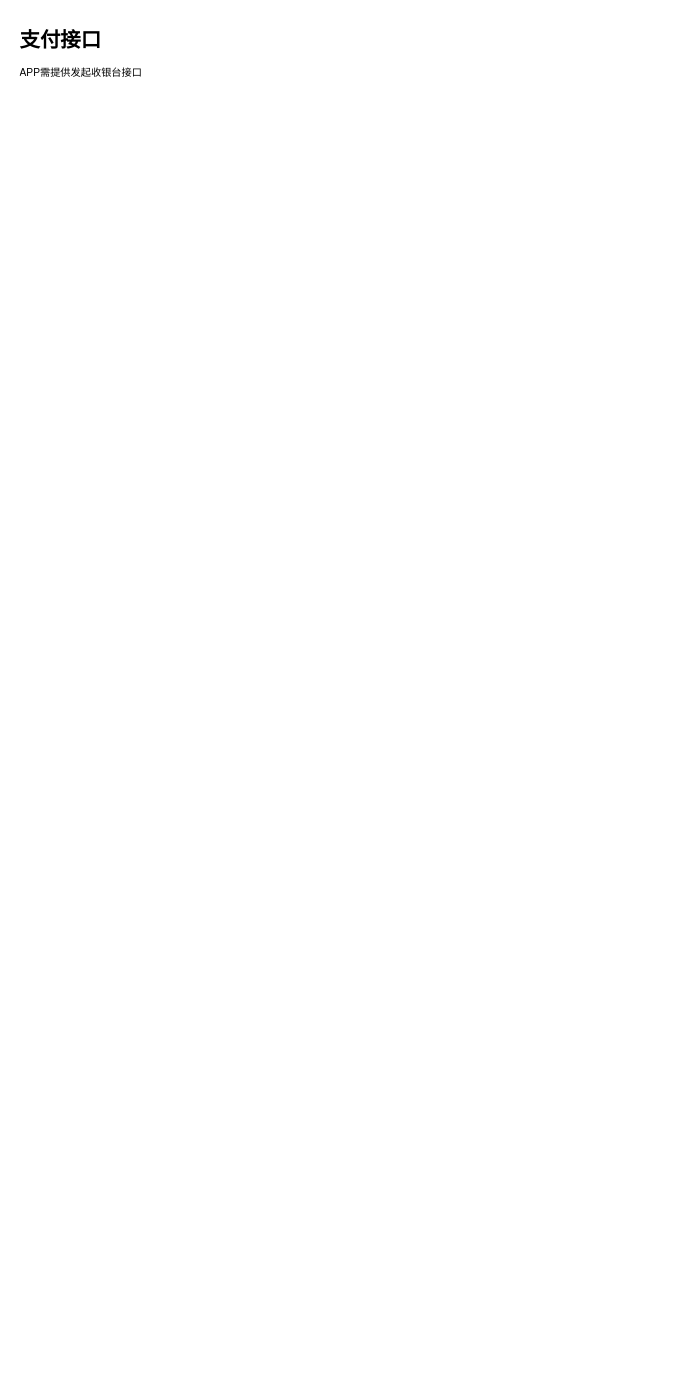
Above: 北京三棱科技-支付对接.drawio in lycwukang/diagrams (draw.io), before the change. Source tidied: cells renumbered, new cells numbered last; positions are measured from the earlier drawing's top-left corner, leaving out a move shared by most shapes. Both pictures are drawn from the tidied source at 85%, with x=0, y=0 at pixel (15, 23).
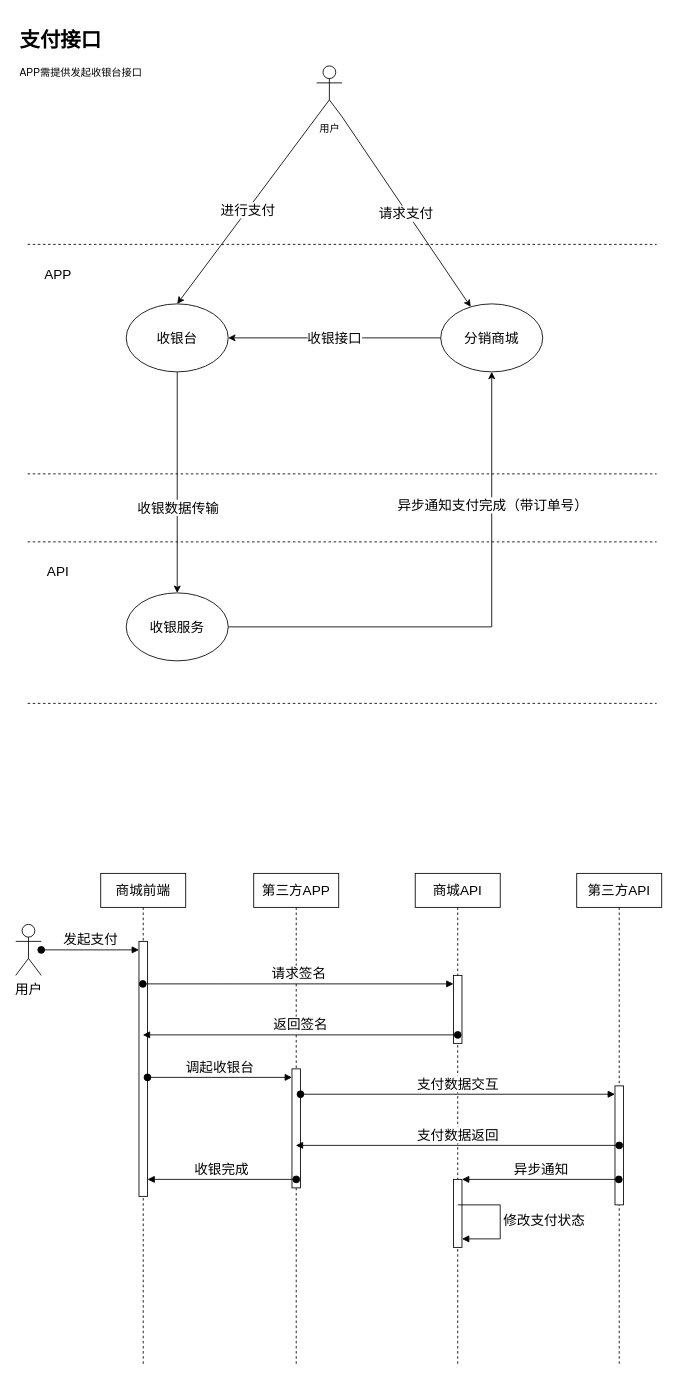
Above is the later version.

Commit message:
更新北京三棱科技-支付对接.drawio

Diff of the diagram source:
```diff
@@
+    <mxCell id="3" style="rounded=0;jettySize=auto;html=1;exitX=1;exitY=1;exitDx=0;exitDy=0;exitPerimeter=0;fontSize=16;" parent="1" edge="1" source="7" target="11">
+      <mxGeometry relative="1" as="geometry" />
+    </mxCell>
+    <mxCell id="4" value="请求支付" style="edgeLabel;html=1;align=center;verticalAlign=middle;fontSize=16;" parent="3" vertex="1">
+      <mxGeometry x="0.01" y="-2" relative="1" as="geometry" />
+    </mxCell>
+    <mxCell id="5" style="edgeStyle=none;rounded=0;jettySize=auto;html=1;exitX=0;exitY=1;exitDx=0;exitDy=0;exitPerimeter=0;entryX=0.5;entryY=0;entryDx=0;entryDy=0;fontSize=16;" parent="1" edge="1" source="7" target="15">
+      <mxGeometry relative="1" as="geometry" />
+    </mxCell>
+    <mxCell id="6" value="进行支付" style="edgeLabel;html=1;align=center;verticalAlign=middle;fontSize=16;" parent="5" vertex="1">
+      <mxGeometry x="-0.01" relative="1" as="geometry" />
+    </mxCell>
+    <mxCell id="7" value="用户" style="shape=umlActor;verticalLabelPosition=bottom;verticalAlign=top;html=1;outlineConnect=0;" parent="1" vertex="1">
+      <mxGeometry x="354" y="50" width="30" height="60" as="geometry" />
+    </mxCell>
+    <mxCell id="8" style="endArrow=none;dashed=1;html=1;" parent="1" edge="1">
+      <mxGeometry relative="1" as="geometry">
+        <mxPoint x="14" y="260" as="sourcePoint" />
+        <mxPoint x="754" y="260" as="targetPoint" />
+      </mxGeometry>
+    </mxCell>
+    <mxCell id="9" value="APP" style="text;html=1;strokeColor=none;fillColor=none;align=center;verticalAlign=middle;whiteSpace=wrap;rounded=0;fontSize=16;" parent="1" vertex="1">
+      <mxGeometry x="20" y="280" width="60" height="30" as="geometry" />
+    </mxCell>
+    <mxCell id="10" value="收银接口" style="edgeStyle=none;rounded=0;jettySize=auto;html=1;exitX=0;exitY=0.5;exitDx=0;exitDy=0;fontSize=16;" parent="1" edge="1" source="11" target="15">
+      <mxGeometry relative="1" as="geometry" />
+    </mxCell>
+    <mxCell id="11" value="分销商城" style="ellipse;whiteSpace=wrap;html=1;fontSize=16;" parent="1" vertex="1">
+      <mxGeometry x="500" y="330" width="120" height="80" as="geometry" />
+    </mxCell>
+    <mxCell id="12" style="endArrow=none;dashed=1;html=1;" parent="1" edge="1">
+      <mxGeometry relative="1" as="geometry">
+        <mxPoint x="14" y="530" as="sourcePoint" />
+        <mxPoint x="754" y="530" as="targetPoint" />
+      </mxGeometry>
+    </mxCell>
+    <mxCell id="13" style="edgeStyle=orthogonalEdgeStyle;rounded=0;jettySize=auto;html=1;exitX=0.5;exitY=1;exitDx=0;exitDy=0;fontSize=16;" parent="1" edge="1" source="15" target="21">
+      <mxGeometry relative="1" as="geometry" />
+    </mxCell>
+    <mxCell id="14" value="收银数据传输" style="edgeLabel;html=1;align=center;verticalAlign=middle;fontSize=16;" parent="13" vertex="1">
+      <mxGeometry x="0.22" relative="1" as="geometry" />
+    </mxCell>
+    <mxCell id="15" value="收银台" style="ellipse;whiteSpace=wrap;html=1;fontSize=16;" parent="1" vertex="1">
+      <mxGeometry x="130" y="330" width="120" height="80" as="geometry" />
+    </mxCell>
+    <mxCell id="16" style="endArrow=none;dashed=1;html=1;" parent="1" edge="1">
+      <mxGeometry relative="1" as="geometry">
+        <mxPoint x="14" y="610" as="sourcePoint" />
+        <mxPoint x="754" y="610" as="targetPoint" />
+      </mxGeometry>
+    </mxCell>
+    <mxCell id="17" style="endArrow=none;dashed=1;html=1;" parent="1" edge="1">
+      <mxGeometry relative="1" as="geometry">
+        <mxPoint x="14" y="800" as="sourcePoint" />
+        <mxPoint x="754" y="800" as="targetPoint" />
+      </mxGeometry>
+    </mxCell>
+    <mxCell id="18" value="API" style="text;html=1;strokeColor=none;fillColor=none;align=center;verticalAlign=middle;whiteSpace=wrap;rounded=0;fontSize=16;" parent="1" vertex="1">
+      <mxGeometry x="20" y="630" width="60" height="30" as="geometry" />
+    </mxCell>
+    <mxCell id="19" style="edgeStyle=orthogonalEdgeStyle;rounded=0;jettySize=auto;html=1;exitX=1;exitY=0.5;exitDx=0;exitDy=0;entryX=0.5;entryY=1;entryDx=0;entryDy=0;fontSize=16;" parent="1" edge="1" source="21" target="11">
+      <mxGeometry relative="1" as="geometry" />
+    </mxCell>
+    <mxCell id="20" value="异步通知支付完成（带订单号）" style="edgeLabel;html=1;align=center;verticalAlign=middle;fontSize=16;" parent="19" vertex="1">
+      <mxGeometry x="0.49" relative="1" as="geometry" />
+    </mxCell>
+    <mxCell id="21" value="收银服务" style="ellipse;whiteSpace=wrap;html=1;fontSize=16;" parent="1" vertex="1">
+      <mxGeometry x="130" y="670" width="120" height="80" as="geometry" />
+    </mxCell>
+    <mxCell id="22" value="商城前端" style="shape=umlLifeline;perimeter=lifelinePerimeter;whiteSpace=wrap;html=1;outlineConnect=0;fontSize=16;" parent="1" vertex="1">
+      <mxGeometry x="100" y="1000" width="100" height="580" as="geometry" />
+    </mxCell>
+    <mxCell id="23" style="html=1;points=[];perimeter=orthogonalPerimeter;fontSize=16;" parent="22" vertex="1">
+      <mxGeometry x="45" y="80" width="10" height="300" as="geometry" />
+    </mxCell>
+    <mxCell id="24" value="第三方APP" style="shape=umlLifeline;perimeter=lifelinePerimeter;whiteSpace=wrap;html=1;outlineConnect=0;fontSize=16;" parent="1" vertex="1">
+      <mxGeometry x="280" y="1000" width="100" height="580" as="geometry" />
+    </mxCell>
+    <mxCell id="25" style="html=1;points=[];perimeter=orthogonalPerimeter;fontSize=16;" parent="24" vertex="1">
+      <mxGeometry x="45" y="230" width="10" height="140" as="geometry" />
+    </mxCell>
+    <mxCell id="26" value="收银完成" style="html=1;verticalAlign=bottom;startArrow=oval;startFill=1;endArrow=block;startSize=8;fontSize=16;" parent="24" edge="1" target="23">
+      <mxGeometry relative="1" as="geometry">
+        <mxPoint x="50" y="360" as="sourcePoint" />
+      </mxGeometry>
+    </mxCell>
+    <mxCell id="27" value="商城API" style="shape=umlLifeline;perimeter=lifelinePerimeter;whiteSpace=wrap;html=1;fontSize=16;" parent="1" vertex="1">
+      <mxGeometry x="470" y="1000" width="100" height="580" as="geometry" />
+    </mxCell>
+    <mxCell id="28" style="html=1;points=[];perimeter=orthogonalPerimeter;fontSize=16;" parent="27" vertex="1">
+      <mxGeometry x="45" y="120" width="10" height="80" as="geometry" />
+    </mxCell>
+    <mxCell id="29" value="返回签名" style="html=1;verticalAlign=bottom;startArrow=oval;startFill=1;endArrow=block;startSize=8;fontSize=16;" parent="27" edge="1" target="22">
+      <mxGeometry relative="1" as="geometry">
+        <mxPoint x="50" y="190" as="sourcePoint" />
+      </mxGeometry>
+    </mxCell>
+    <mxCell id="30" style="html=1;points=[];perimeter=orthogonalPerimeter;fontSize=16;" parent="27" vertex="1">
+      <mxGeometry x="45" y="360" width="10" height="80" as="geometry" />
+    </mxCell>
+    <mxCell id="31" value="第三方API" style="shape=umlLifeline;perimeter=lifelinePerimeter;whiteSpace=wrap;html=1;outlineConnect=0;fontSize=16;" parent="1" vertex="1">
+      <mxGeometry x="660" y="1000" width="100" height="580" as="geometry" />
+    </mxCell>
+    <mxCell id="32" style="html=1;points=[];perimeter=orthogonalPerimeter;fontSize=16;" parent="31" vertex="1">
+      <mxGeometry x="45" y="250" width="10" height="140" as="geometry" />
+    </mxCell>
+    <mxCell id="33" value="支付数据返回" style="html=1;verticalAlign=bottom;startArrow=oval;startFill=1;endArrow=block;startSize=8;fontSize=16;" parent="31" edge="1" target="24">
+      <mxGeometry relative="1" as="geometry">
+        <mxPoint x="50" y="320" as="sourcePoint" />
+      </mxGeometry>
+    </mxCell>
+    <mxCell id="34" value="用户" style="shape=umlActor;verticalLabelPosition=bottom;verticalAlign=top;html=1;fontSize=16;" parent="1" vertex="1">
+      <mxGeometry y="1060" width="30" height="60" as="geometry" />
+    </mxCell>
+    <mxCell id="35" value="发起支付" style="html=1;verticalAlign=bottom;startArrow=oval;endArrow=block;startSize=8;fontSize=16;" parent="1" edge="1" source="34" target="23">
+      <mxGeometry relative="1" as="geometry" />
+    </mxCell>
+    <mxCell id="36" value="请求签名" style="html=1;verticalAlign=bottom;startArrow=oval;endArrow=block;startSize=8;fontSize=16;" parent="1" edge="1" source="22" target="28">
+      <mxGeometry relative="1" as="geometry">
+        <Array as="points">
+          <mxPoint x="250" y="1130" />
+        </Array>
+      </mxGeometry>
+    </mxCell>
+    <mxCell id="37" value="调起收银台" style="html=1;verticalAlign=bottom;startArrow=oval;endArrow=block;startSize=8;fontSize=16;" parent="1" edge="1" source="23" target="25">
+      <mxGeometry relative="1" as="geometry">
+        <Array as="points">
+          <mxPoint x="240" y="1240" />
+        </Array>
+      </mxGeometry>
+    </mxCell>
+    <mxCell id="38" value="支付数据交互" style="html=1;verticalAlign=bottom;startArrow=oval;endArrow=block;startSize=8;fontSize=16;exitX=1;exitY=0.213;exitDx=0;exitDy=0;exitPerimeter=0;" parent="1" edge="1" source="25" target="32">
+      <mxGeometry relative="1" as="geometry" />
+    </mxCell>
+    <mxCell id="39" value="异步通知" style="html=1;verticalAlign=bottom;startArrow=oval;endArrow=block;startSize=8;fontSize=16;" parent="1" edge="1" source="31" target="30">
+      <mxGeometry relative="1" as="geometry" />
+    </mxCell>
+    <mxCell id="40" value="修改支付状态" style="edgeStyle=orthogonalEdgeStyle;html=1;align=left;spacingLeft=2;endArrow=block;rounded=0;fontSize=16;" parent="1" edge="1" target="30">
+      <mxGeometry relative="1" as="geometry">
+        <mxPoint x="520" y="1390" as="sourcePoint" />
+        <Array as="points">
+          <mxPoint x="570" y="1390" />
+          <mxPoint x="570" y="1430" />
+        </Array>
+      </mxGeometry>
+    </mxCell>
```
